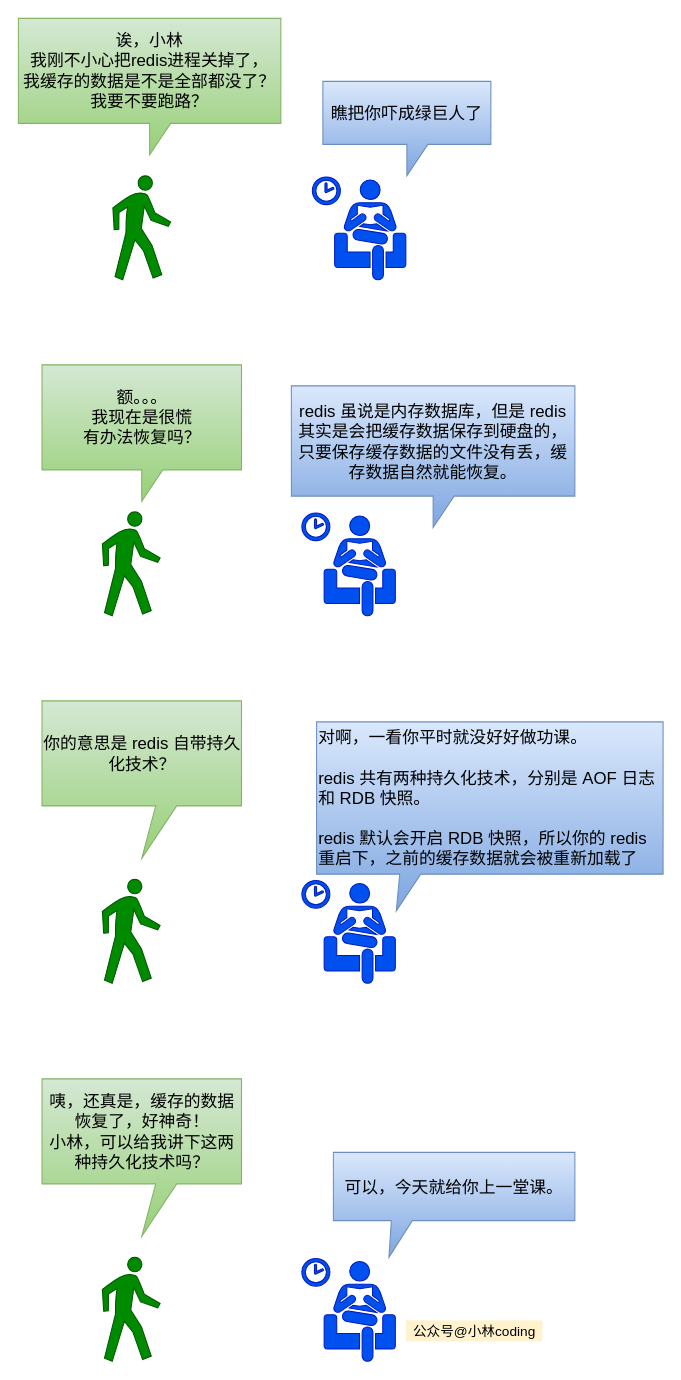
xiaolincoder/ImageHost4 keeps this draw.io diagram as redis/持久化/开头.drawio. Above is the earlier version. Source tidied: cells renumbered, new cells numbered last; positions are measured from the earlier drawing's top-left corner, leaving out a move shared by most shapes. Both pictures are drawn from the tidied source at 105%, with x=0, y=0 at pixel (18, 18).
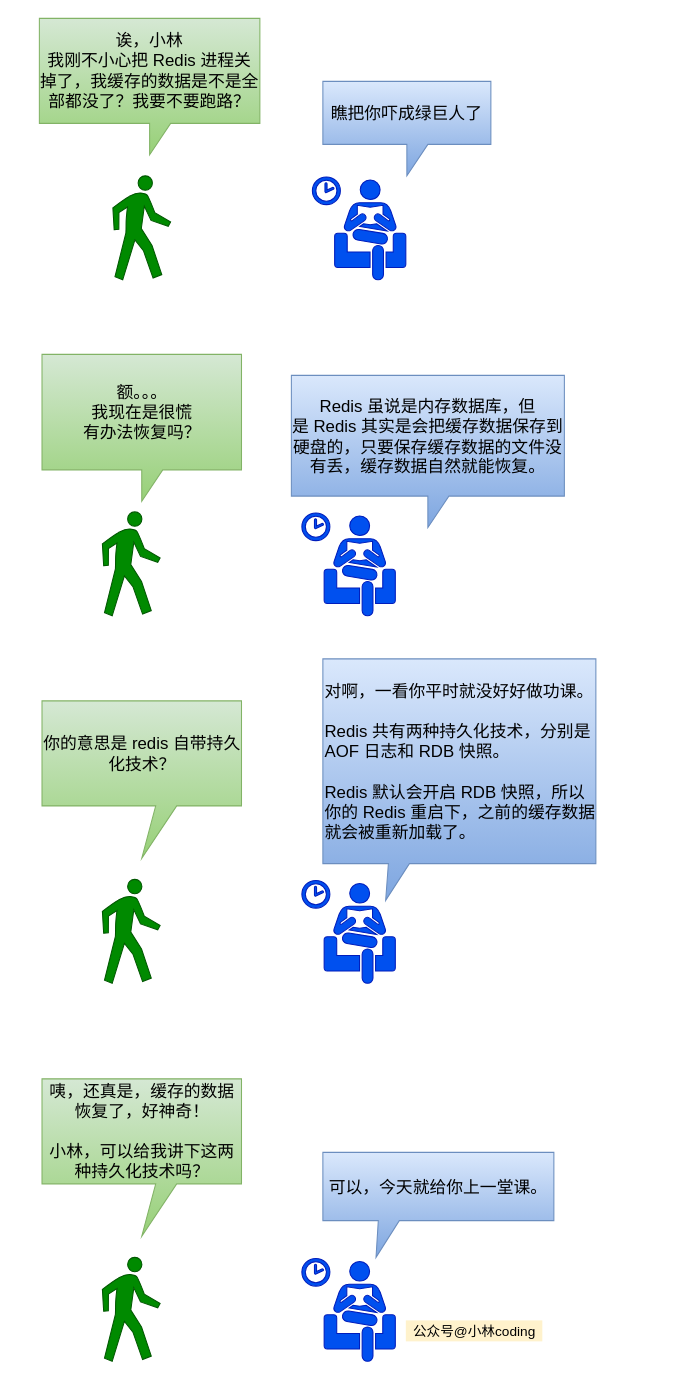
The same diagram, later.

Diff of the diagram source:
```diff
@@
 <mxGraphModel>
   <root>
     <mxCell id="0" />
     <mxCell id="1" parent="0" />
     <mxCell id="2" style="shape=mxgraph.signs.people.walking;html=1;fillColor=#008a00;strokeColor=#005700;verticalLabelPosition=bottom;verticalAlign=top;align=center;fontColor=#ffffff;" parent="1" vertex="1">
       <mxGeometry x="90" y="150" width="55" height="99" as="geometry" />
     </mxCell>
     <mxCell id="3" style="shape=mxgraph.signs.people.waiting_room_2;html=1;fillColor=#0050ef;strokeColor=#001DBC;verticalLabelPosition=bottom;verticalAlign=top;align=center;fontColor=#ffffff;" parent="1" vertex="1">
       <mxGeometry x="280" y="151" width="89" height="98" as="geometry" />
     </mxCell>
-    <mxCell id="4" value="诶，小林&lt;br style=&quot;font-size: 16px&quot;&gt;我刚不小心把redis进程关掉了，&lt;br&gt;我缓存的数据是不是全部都没了？我要不要跑路？" style="shape=callout;whiteSpace=wrap;html=1;perimeter=calloutPerimeter;fontSize=16;fillColor=#d5e8d4;strokeColor=#82b366;gradientColor=#97d077;" parent="1" vertex="1">
-      <mxGeometry width="250" height="130" as="geometry" />
+    <mxCell id="4" value="诶，小林&lt;br style=&quot;font-size: 16px&quot;&gt;我刚不小心把 Redis 进程关掉了，我缓存的数据是不是全部都没了？我要不要跑路？" style="shape=callout;whiteSpace=wrap;html=1;perimeter=calloutPerimeter;fontSize=16;fillColor=#d5e8d4;strokeColor=#82b366;gradientColor=#97d077;" parent="1" vertex="1">
+      <mxGeometry x="20" width="210" height="130" as="geometry" />
     </mxCell>
     <mxCell id="5" value="瞧把你吓成绿巨人了" style="shape=callout;whiteSpace=wrap;html=1;perimeter=calloutPerimeter;fontSize=16;gradientColor=#7ea6e0;fillColor=#dae8fc;strokeColor=#6c8ebf;" parent="1" vertex="1">
       <mxGeometry x="290" y="60" width="160" height="90" as="geometry" />
     </mxCell>
     <mxCell id="6" style="shape=mxgraph.signs.people.walking;html=1;fillColor=#008a00;strokeColor=#005700;verticalLabelPosition=bottom;verticalAlign=top;align=center;fontColor=#ffffff;" parent="1" vertex="1">
       <mxGeometry x="80" y="470" width="55" height="99" as="geometry" />
     </mxCell>
     <mxCell id="7" style="shape=mxgraph.signs.people.waiting_room_2;html=1;fillColor=#0050ef;strokeColor=#001DBC;verticalLabelPosition=bottom;verticalAlign=top;align=center;fontColor=#ffffff;" parent="1" vertex="1">
       <mxGeometry x="270" y="471" width="89" height="98" as="geometry" />
     </mxCell>
     <mxCell id="8" value="额。。。&lt;br&gt;我现在是很慌&lt;br&gt;有办法恢复吗？" style="shape=callout;whiteSpace=wrap;html=1;perimeter=calloutPerimeter;fontSize=16;fillColor=#d5e8d4;strokeColor=#82b366;gradientColor=#97d077;" parent="1" vertex="1">
-      <mxGeometry x="22.5" y="330" width="190" height="130" as="geometry" />
+      <mxGeometry x="22.5" y="320" width="190" height="140" as="geometry" />
     </mxCell>
-    <mxCell id="9" value="redis 虽说是内存数据库，但是 redis 其实是会把缓存数据保存到硬盘的，只要保存缓存数据的文件没有丢，缓存数据自然就能恢复。" style="shape=callout;whiteSpace=wrap;html=1;perimeter=calloutPerimeter;fontSize=16;gradientColor=#7ea6e0;fillColor=#dae8fc;strokeColor=#6c8ebf;align=center;" parent="1" vertex="1">
-      <mxGeometry x="260" y="350" width="270" height="135" as="geometry" />
+    <mxCell id="9" value="Redis 虽说是内存数据库，但是&amp;nbsp;Redis&amp;nbsp;其实是会把缓存数据保存到硬盘的，只要保存缓存数据的文件没有丢，缓存数据自然就能恢复。" style="shape=callout;whiteSpace=wrap;html=1;perimeter=calloutPerimeter;fontSize=16;gradientColor=#7ea6e0;fillColor=#dae8fc;strokeColor=#6c8ebf;align=center;" parent="1" vertex="1">
+      <mxGeometry x="260" y="340" width="260" height="145" as="geometry" />
     </mxCell>
     <mxCell id="10" style="shape=mxgraph.signs.people.walking;html=1;fillColor=#008a00;strokeColor=#005700;verticalLabelPosition=bottom;verticalAlign=top;align=center;fontColor=#ffffff;" parent="1" vertex="1">
       <mxGeometry x="80" y="820" width="55" height="99" as="geometry" />
     </mxCell>
     <mxCell id="11" style="shape=mxgraph.signs.people.waiting_room_2;html=1;fillColor=#0050ef;strokeColor=#001DBC;verticalLabelPosition=bottom;verticalAlign=top;align=center;fontColor=#ffffff;" parent="1" vertex="1">
       <mxGeometry x="270" y="821" width="89" height="98" as="geometry" />
     </mxCell>
     <mxCell id="12" value="你的意思是 redis 自带持久化技术？" style="shape=callout;whiteSpace=wrap;html=1;perimeter=calloutPerimeter;fontSize=16;fillColor=#d5e8d4;strokeColor=#82b366;gradientColor=#97d077;size=50;position=0.57;" parent="1" vertex="1">
       <mxGeometry x="22.5" y="650" width="190" height="150" as="geometry" />
     </mxCell>
-    <mxCell id="13" value="对啊，一看你平时就没好好做功课。&lt;br&gt;&lt;br&gt;redis 共有两种持久化技术，分别是 AOF 日志和 RDB 快照。&lt;br&gt;&lt;br&gt;redis 默认会开启 RDB 快照，所以你的 redis 重启下，之前的缓存数据就会被重新加载了" style="shape=callout;whiteSpace=wrap;html=1;perimeter=calloutPerimeter;fontSize=16;gradientColor=#7ea6e0;fillColor=#dae8fc;strokeColor=#6c8ebf;align=left;size=35;position=0.24;position2=0.23;" parent="1" vertex="1">
-      <mxGeometry x="284" y="670" width="330" height="180" as="geometry" />
+    <mxCell id="13" value="对啊，一看你平时就没好好做功课。&lt;br&gt;&lt;br&gt;&lt;span style=&quot;text-align: center&quot;&gt;Redis&lt;/span&gt;&amp;nbsp;共有两种持久化技术，分别是 AOF 日志和 RDB 快照。&lt;br&gt;&lt;br&gt;&lt;span style=&quot;text-align: center&quot;&gt;Redis&lt;/span&gt;&amp;nbsp;默认会开启 RDB 快照，所以你的&amp;nbsp;&lt;span style=&quot;text-align: center&quot;&gt;Redis&lt;/span&gt;&amp;nbsp;重启下，之前的缓存数据就会被重新加载了。" style="shape=callout;whiteSpace=wrap;html=1;perimeter=calloutPerimeter;fontSize=16;gradientColor=#7ea6e0;fillColor=#dae8fc;strokeColor=#6c8ebf;align=left;size=35;position=0.24;position2=0.23;" parent="1" vertex="1">
+      <mxGeometry x="290" y="610" width="260" height="230" as="geometry" />
     </mxCell>
     <mxCell id="14" style="shape=mxgraph.signs.people.walking;html=1;fillColor=#008a00;strokeColor=#005700;verticalLabelPosition=bottom;verticalAlign=top;align=center;fontColor=#ffffff;" parent="1" vertex="1">
       <mxGeometry x="80" y="1180" width="55" height="99" as="geometry" />
     </mxCell>
     <mxCell id="15" style="shape=mxgraph.signs.people.waiting_room_2;html=1;fillColor=#0050ef;strokeColor=#001DBC;verticalLabelPosition=bottom;verticalAlign=top;align=center;fontColor=#ffffff;" parent="1" vertex="1">
       <mxGeometry x="270" y="1181" width="89" height="98" as="geometry" />
     </mxCell>
-    <mxCell id="16" value="咦，还真是，缓存的数据恢复了，好神奇！&lt;br&gt;小林，可以给我讲下这两种持久化技术吗？" style="shape=callout;whiteSpace=wrap;html=1;perimeter=calloutPerimeter;fontSize=16;fillColor=#d5e8d4;strokeColor=#82b366;gradientColor=#97d077;size=50;position=0.57;" parent="1" vertex="1">
+    <mxCell id="16" value="咦，还真是，缓存的数据恢复了，好神奇！&lt;br&gt;&lt;br&gt;小林，可以给我讲下这两种持久化技术吗？" style="shape=callout;whiteSpace=wrap;html=1;perimeter=calloutPerimeter;fontSize=16;fillColor=#d5e8d4;strokeColor=#82b366;gradientColor=#97d077;size=50;position=0.57;" parent="1" vertex="1">
       <mxGeometry x="22.5" y="1010" width="190" height="150" as="geometry" />
     </mxCell>
     <mxCell id="17" value="可以，今天就给你上一堂课。" style="shape=callout;whiteSpace=wrap;html=1;perimeter=calloutPerimeter;fontSize=16;gradientColor=#7ea6e0;fillColor=#dae8fc;strokeColor=#6c8ebf;align=center;size=35;position=0.24;position2=0.23;" parent="1" vertex="1">
-      <mxGeometry x="300" y="1080" width="230" height="100" as="geometry" />
+      <mxGeometry x="290" y="1080" width="220" height="100" as="geometry" />
     </mxCell>
     <mxCell id="18" value="公众号@小林coding" style="text;html=1;align=center;verticalAlign=middle;fontSize=13;fillColor=#fff2cc;" parent="1" vertex="1">
       <mxGeometry x="369" y="1240" width="130" height="20" as="geometry" />
     </mxCell>
   </root>
 </mxGraphModel>
```
